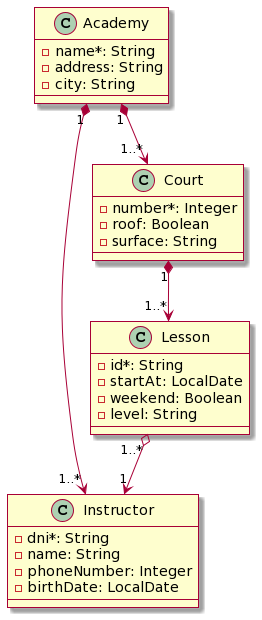
This is docs/padel_academy.models.png from wzzzzwwzw/apaw-practice, a PlantUML export, as it was before one commit.
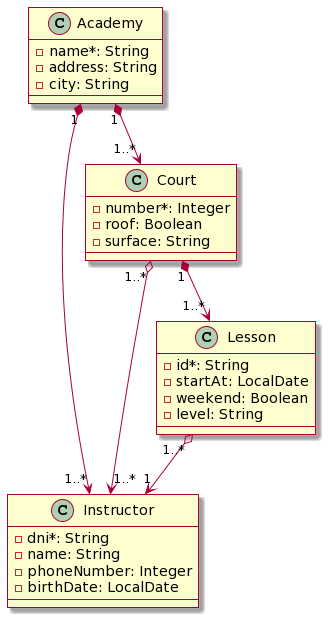
Later version of the same file.

What changed in the source:
```diff
@@ -4,6 +4,7 @@
 Academy "1" *--> "1..*" Court
 Court "1" *--> "1..*" Lesson
 Lesson "1..*" o--> "1" Instructor
+Court "1..*" o--> "1..*" Instructor
 Class Academy {
   - name*: String
   - address: String
```
